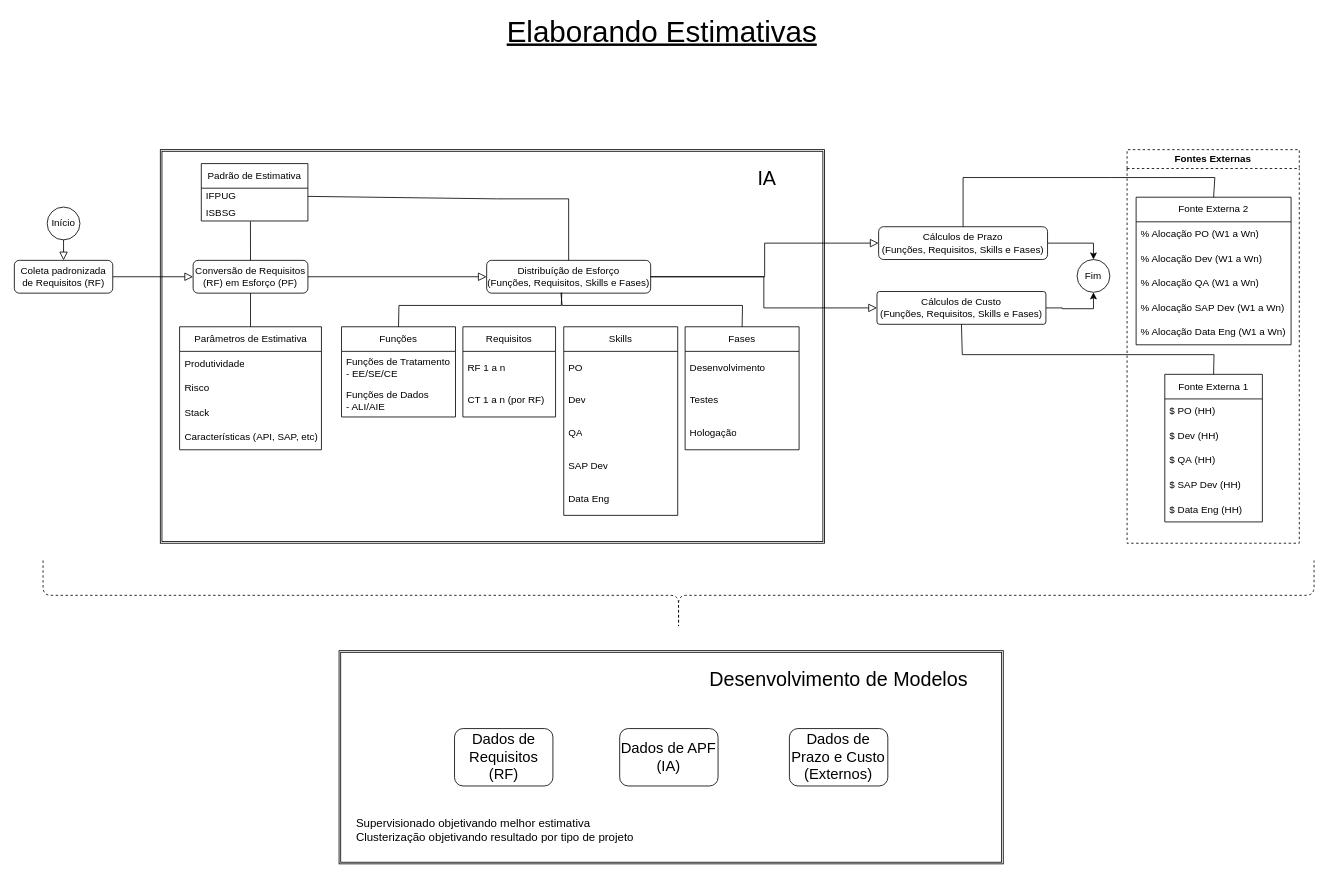
Earlier version of the draw.io diagram Estimatron.drawio (Moriblo/APF). Source tidied: cells renumbered, new cells numbered last; positions are measured from the earlier drawing's top-left corner, leaving out a move shared by most shapes. Both pictures are drawn from the tidied source at 82%, with x=0, y=0 at pixel (14, -40).
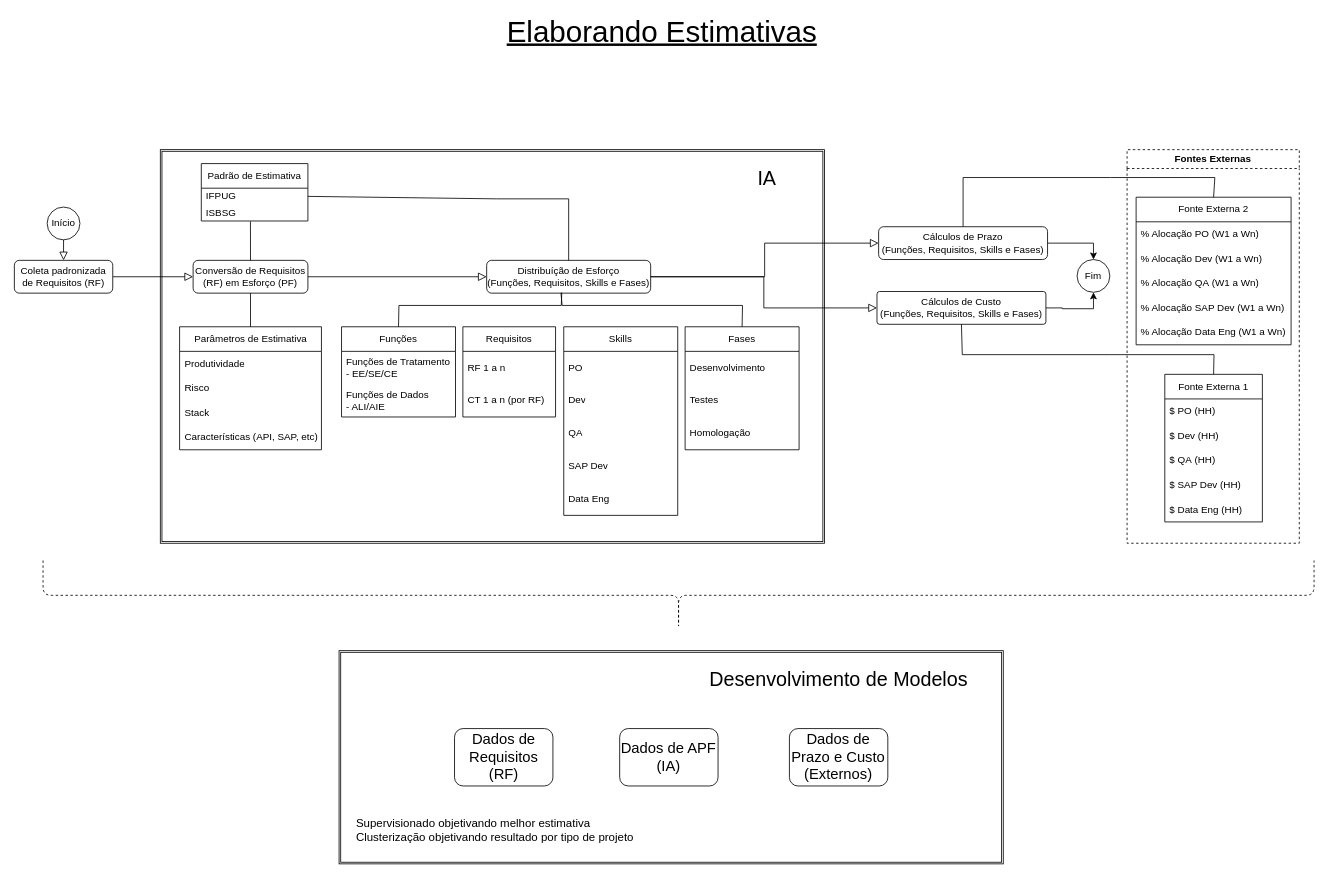
After the change.

Unchanged cells that the change refers to:
```xml
<mxCell id="36" value="Fases" style="swimlane;fontStyle=0;horizontal=1;startSize=30;whiteSpace=wrap;html=1;" parent="1" vertex="1">
  <mxGeometry x="818" y="447" width="139" height="150" as="geometry" />
</mxCell>
```

Diff of the diagram source:
```diff
@@
-    <mxCell id="39" value="&lt;div style=&quot;text-align: center;&quot;&gt;&lt;span style=&quot;background-color: transparent; color: light-dark(rgb(0, 0, 0), rgb(255, 255, 255));&quot;&gt;Hologação&lt;/span&gt;&lt;/div&gt;" style="text;strokeColor=none;fillColor=none;align=left;verticalAlign=middle;spacingLeft=4;spacingRight=4;overflow=hidden;whiteSpace=wrap;html=1;" parent="36" vertex="1">
+    <mxCell id="39" value="&lt;div style=&quot;text-align: center;&quot;&gt;&lt;span style=&quot;background-color: transparent; color: light-dark(rgb(0, 0, 0), rgb(255, 255, 255));&quot;&gt;Homologação&lt;/span&gt;&lt;/div&gt;" style="text;strokeColor=none;fillColor=none;align=left;verticalAlign=middle;spacingLeft=4;spacingRight=4;overflow=hidden;whiteSpace=wrap;html=1;" parent="36" vertex="1">
       <mxGeometry y="110" width="139" height="40" as="geometry" />
     </mxCell>
```
